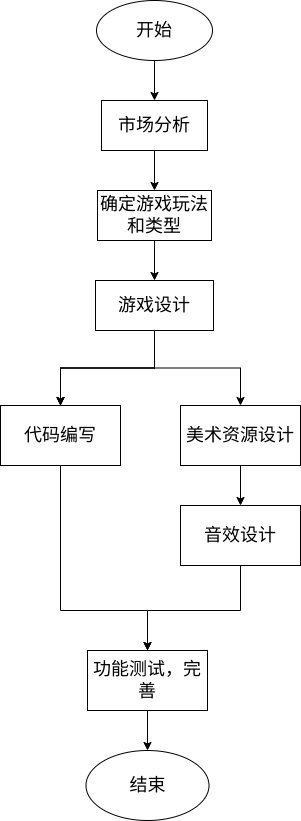
Above: draw/test.drawio.png in TRAVISZHAN/images (draw.io), before the change. Source tidied: cells renumbered, new cells last; positions are measured from the earlier drawing's top-left corner, leaving out a move shared by most shapes.
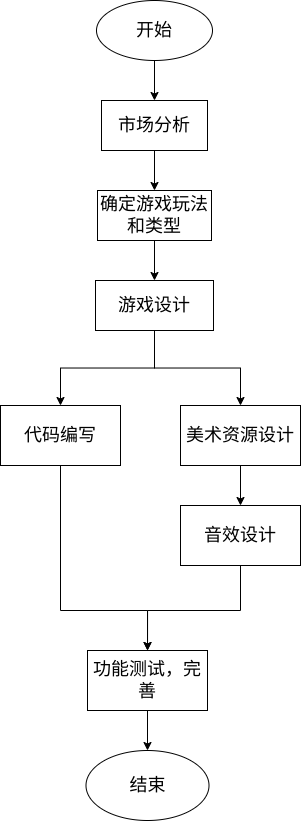
The same file after the commit.

Diff of the diagram source:
```diff
@@ -20,18 +20,12 @@
     <mxCell id="7" value="&lt;font style=&quot;font-size: 18px;&quot;&gt;确定游戏玩法和类型&lt;/font&gt;" style="whiteSpace=wrap;html=1;" parent="1" vertex="1">
       <mxGeometry x="97" y="190" width="114" height="50" as="geometry" />
     </mxCell>
-    <mxCell id="8" style="edgeStyle=orthogonalEdgeStyle;rounded=0;jettySize=auto;html=1;" parent="1" edge="1" source="12" target="14">
-      <mxGeometry relative="1" as="geometry" />
-    </mxCell>
-    <mxCell id="9" style="edgeStyle=orthogonalEdgeStyle;rounded=0;jettySize=auto;html=1;" parent="1" edge="1" source="12" target="14">
-      <mxGeometry relative="1" as="geometry" />
-    </mxCell>
-    <mxCell id="10" style="edgeStyle=orthogonalEdgeStyle;rounded=0;jettySize=auto;html=1;" parent="1" edge="1" source="12" target="14">
-      <mxGeometry relative="1" as="geometry" />
-    </mxCell>
     <mxCell id="11" style="edgeStyle=orthogonalEdgeStyle;rounded=0;jettySize=auto;html=1;" parent="1" edge="1" source="12" target="16">
       <mxGeometry relative="1" as="geometry" />
     </mxCell>
+    <mxCell id="22" style="edgeStyle=orthogonalEdgeStyle;rounded=0;jettySize=auto;html=1;exitX=0.5;exitY=1;exitDx=0;exitDy=0;" parent="1" edge="1" source="12" target="14">
+      <mxGeometry relative="1" as="geometry" />
+    </mxCell>
     <mxCell id="12" value="&lt;font style=&quot;font-size: 18px;&quot;&gt;游戏设计&lt;/font&gt;" style="whiteSpace=wrap;html=1;" parent="1" vertex="1">
       <mxGeometry x="95" y="280" width="118" height="50" as="geometry" />
     </mxCell>
```
